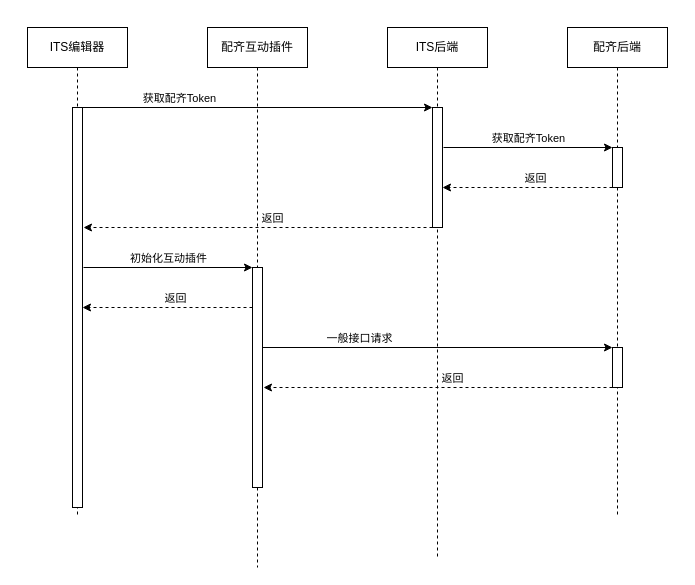
Before: ITS新面授对接配齐互动.drawio in huanjiesm/courseware-draw, a draw.io diagram. Source tidied: cells renumbered, new cells numbered last; positions are measured from the earlier drawing's top-left corner, leaving out a move shared by most shapes. Both pictures are drawn from the tidied source at 100%, with x=0, y=0 at pixel (27, 27).
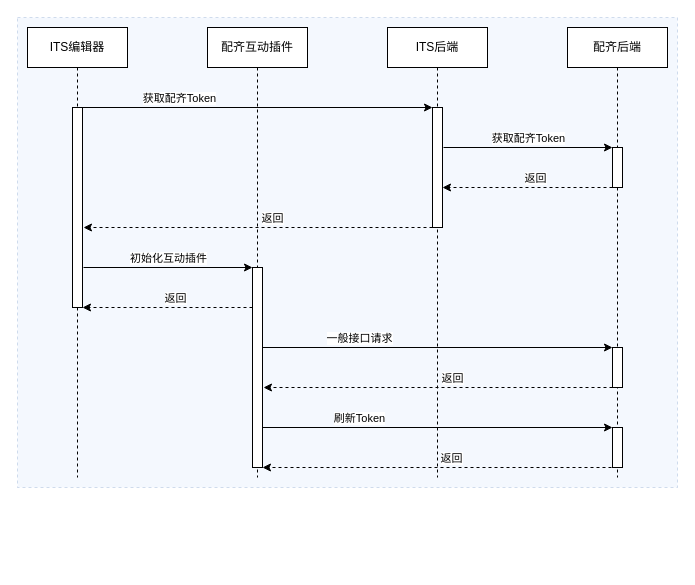
The same page after the edit.

Commit message (it also covers changes not shown here):
更新ITS新面授对接配齐互动.drawio

The edit, as a diff of the source:
```diff
@@
+    <mxCell id="27" style="rounded=0;whiteSpace=wrap;html=1;fillColor=#dae8fc;strokeColor=#6c8ebf;dashed=1;opacity=30;" parent="1" vertex="1">
+      <mxGeometry x="-10" y="-10" width="660" height="470" as="geometry" />
+    </mxCell>
     <mxCell id="2" value="ITS编辑器" style="shape=umlLifeline;perimeter=lifelinePerimeter;whiteSpace=wrap;html=1;newEdgeStyle={&quot;curved&quot;:0,&quot;rounded&quot;:0};" parent="1" vertex="1">
-      <mxGeometry width="100" height="490" as="geometry" />
+      <mxGeometry width="100" height="450" as="geometry" />
     </mxCell>
     <mxCell id="3" value="配齐互动插件" style="shape=umlLifeline;perimeter=lifelinePerimeter;whiteSpace=wrap;html=1;newEdgeStyle={&quot;curved&quot;:0,&quot;rounded&quot;:0};" parent="1" vertex="1">
-      <mxGeometry x="180" width="100" height="540" as="geometry" />
+      <mxGeometry x="180" width="100" height="450" as="geometry" />
     </mxCell>
     <mxCell id="4" value="ITS后端" style="shape=umlLifeline;perimeter=lifelinePerimeter;whiteSpace=wrap;html=1;newEdgeStyle={&quot;curved&quot;:0,&quot;rounded&quot;:0};" parent="1" vertex="1">
-      <mxGeometry x="360" width="100" height="530" as="geometry" />
+      <mxGeometry x="360" width="100" height="450" as="geometry" />
     </mxCell>
     <mxCell id="5" value="配齐后端" style="shape=umlLifeline;perimeter=lifelinePerimeter;whiteSpace=wrap;html=1;newEdgeStyle={&quot;curved&quot;:0,&quot;rounded&quot;:0};" parent="1" vertex="1">
-      <mxGeometry x="540" width="100" height="490" as="geometry" />
+      <mxGeometry x="540" width="100" height="450" as="geometry" />
     </mxCell>
     <mxCell id="6" style="rounded=0;whiteSpace=wrap;html=1;" parent="1" vertex="1">
-      <mxGeometry x="45" y="80" width="10" height="400" as="geometry" />
+      <mxGeometry x="45" y="80" width="10" height="200" as="geometry" />
     </mxCell>
     <mxCell id="7" style="rounded=0;whiteSpace=wrap;html=1;" parent="1" vertex="1">
-      <mxGeometry x="225" y="240" width="10" height="220" as="geometry" />
+      <mxGeometry x="225" y="240" width="10" height="200" as="geometry" />
     </mxCell>
@@
+    <mxCell id="28" style="endArrow=classic;html=1;rounded=0;" parent="1" edge="1">
+      <mxGeometry relative="1" as="geometry">
+        <mxPoint x="235" y="400" as="sourcePoint" />
+        <mxPoint x="585" y="400" as="targetPoint" />
+      </mxGeometry>
+    </mxCell>
+    <mxCell id="29" value="刷新Token" style="edgeLabel;html=1;align=center;verticalAlign=middle;" parent="28" vertex="1">
+      <mxGeometry x="0.34" y="2" relative="1" as="geometry">
+        <mxPoint x="-139" y="-8" as="offset" />
+      </mxGeometry>
+    </mxCell>
+    <mxCell id="30" style="endArrow=classic;html=1;rounded=0;dashed=1;" parent="1" edge="1">
+      <mxGeometry relative="1" as="geometry">
+        <mxPoint x="584" y="440" as="sourcePoint" />
+        <mxPoint x="235" y="440" as="targetPoint" />
+      </mxGeometry>
+    </mxCell>
+    <mxCell id="31" value="返回" style="edgeLabel;html=1;align=center;verticalAlign=middle;" parent="30" vertex="1">
+      <mxGeometry x="-0.08" y="-1" relative="1" as="geometry">
+        <mxPoint y="-9" as="offset" />
+      </mxGeometry>
+    </mxCell>
+    <mxCell id="32" style="rounded=0;whiteSpace=wrap;html=1;" parent="1" vertex="1">
+      <mxGeometry x="585" y="400" width="10" height="40" as="geometry" />
+    </mxCell>
```
